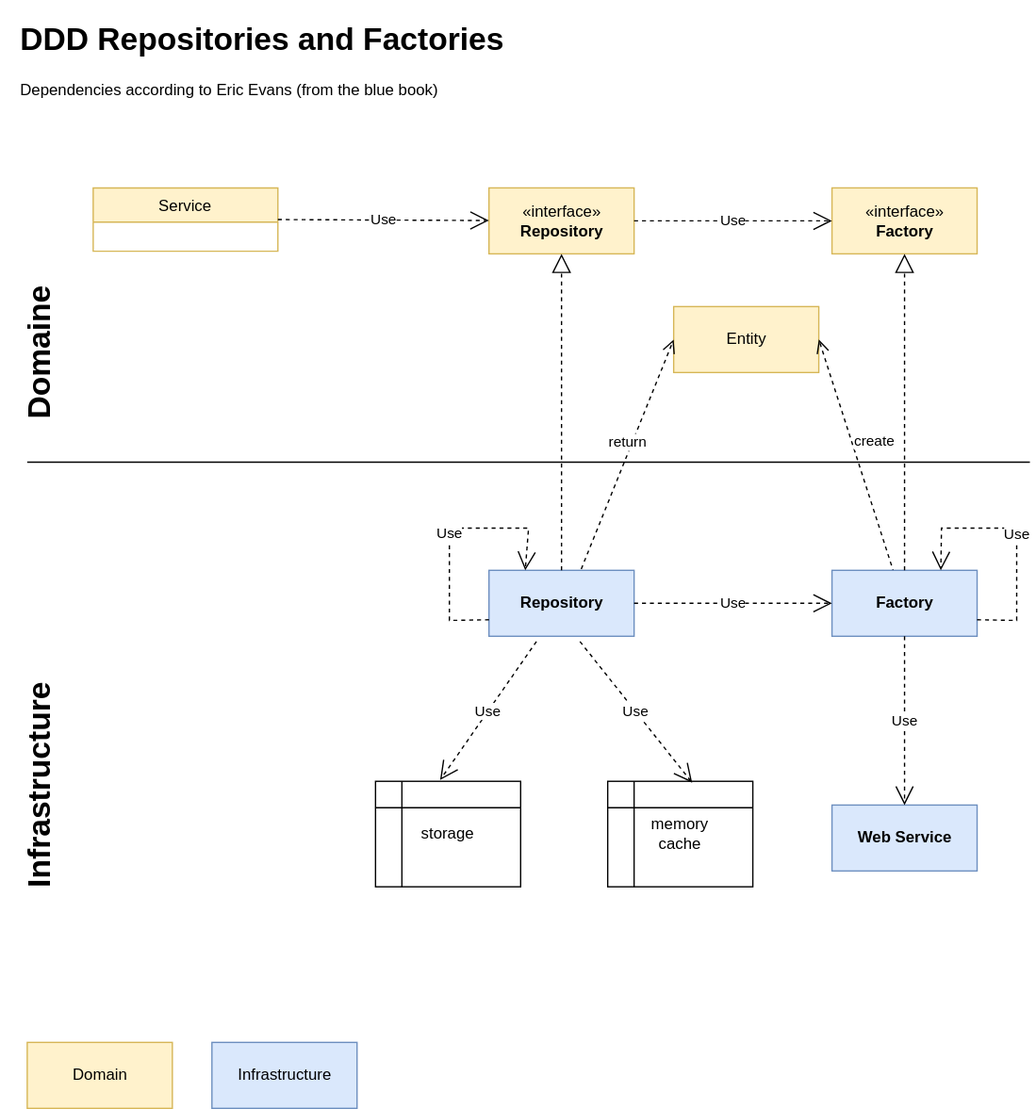
franck-gaspoz/DDD keeps this draw.io diagram as DDD overview.drawio.svg. Above is the earlier version. Source tidied: cells renumbered, new cells last; positions are measured from the earlier drawing's top-left corner, leaving out a move shared by most shapes. Its diagram source:
```xml
<mxGraphModel>
  <root>
    <mxCell id="0" />
    <mxCell id="1" parent="0" />
    <mxCell id="2" value="Service" style="swimlane;fontStyle=0;horizontal=1;startSize=26;fillColor=#fff2cc;strokeColor=#d6b656;" parent="1" vertex="1">
      <mxGeometry x="70" y="132" width="140" height="48" as="geometry" />
    </mxCell>
    <mxCell id="3" value="«interface»&lt;br&gt;&lt;b&gt;Repository&lt;/b&gt;" style="html=1;fillColor=#fff2cc;strokeColor=#d6b656;" parent="1" vertex="1">
      <mxGeometry x="370" y="132" width="110" height="50" as="geometry" />
    </mxCell>
    <mxCell id="4" value="«interface»&lt;br&gt;&lt;b&gt;Factory&lt;/b&gt;" style="html=1;fillColor=#fff2cc;strokeColor=#d6b656;" parent="1" vertex="1">
      <mxGeometry x="630" y="132" width="110" height="50" as="geometry" />
    </mxCell>
    <mxCell id="5" value="Use" style="endArrow=open;endSize=12;dashed=1;html=1;rounded=0;exitX=1;exitY=0.5;exitDx=0;exitDy=0;" parent="1" edge="1" source="2" target="3">
      <mxGeometry relative="1" as="geometry" />
    </mxCell>
    <mxCell id="6" value="Use" style="endArrow=open;endSize=12;dashed=1;html=1;rounded=0;exitX=1;exitY=0.5;exitDx=0;exitDy=0;entryX=0;entryY=0.5;entryDx=0;entryDy=0;" parent="1" edge="1" source="3" target="4">
      <mxGeometry relative="1" as="geometry" />
    </mxCell>
    <mxCell id="7" value="storage" style="shape=internalStorage;whiteSpace=wrap;html=1;backgroundOutline=1;" parent="1" vertex="1">
      <mxGeometry x="284" y="582" width="110" height="80" as="geometry" />
    </mxCell>
    <mxCell id="8" value="Use" style="endArrow=open;endSize=12;dashed=1;html=1;rounded=0;exitX=0.327;exitY=1.08;exitDx=0;exitDy=0;entryX=0.445;entryY=-0.012;entryDx=0;entryDy=0;entryPerimeter=0;exitPerimeter=0;" parent="1" edge="1" source="17" target="7">
      <mxGeometry relative="1" as="geometry" />
    </mxCell>
    <mxCell id="9" value="Entity" style="html=1;fillColor=#fff2cc;strokeColor=#d6b656;" parent="1" vertex="1">
      <mxGeometry x="510" y="222" width="110" height="50" as="geometry" />
    </mxCell>
    <mxCell id="10" value="return" style="html=1;verticalAlign=bottom;endArrow=open;dashed=1;endSize=8;rounded=0;entryX=0;entryY=0.5;entryDx=0;entryDy=0;exitX=0.636;exitY=-0.02;exitDx=0;exitDy=0;exitPerimeter=0;" parent="1" edge="1" source="17" target="9">
      <mxGeometry relative="1" as="geometry" />
    </mxCell>
    <mxCell id="11" value="create" style="html=1;verticalAlign=bottom;endArrow=open;dashed=1;endSize=8;rounded=0;entryX=1;entryY=0.5;entryDx=0;entryDy=0;exitX=0.427;exitY=0.04;exitDx=0;exitDy=0;exitPerimeter=0;" parent="1" edge="1" source="18" target="9">
      <mxGeometry x="-0.02" y="-15" relative="1" as="geometry">
        <mxPoint x="-1" as="offset" />
      </mxGeometry>
    </mxCell>
    <mxCell id="12" value="memory&lt;br&gt;cache" style="shape=internalStorage;whiteSpace=wrap;html=1;backgroundOutline=1;" parent="1" vertex="1">
      <mxGeometry x="460" y="582" width="110" height="80" as="geometry" />
    </mxCell>
    <mxCell id="13" value="Use" style="endArrow=open;endSize=12;dashed=1;html=1;rounded=0;exitX=0.627;exitY=1.08;exitDx=0;exitDy=0;entryX=0.582;entryY=0.013;entryDx=0;entryDy=0;entryPerimeter=0;exitPerimeter=0;" parent="1" edge="1" source="17" target="12">
      <mxGeometry relative="1" as="geometry" />
    </mxCell>
    <mxCell id="14" value="Domain" style="html=1;fillColor=#fff2cc;strokeColor=#d6b656;" parent="1" vertex="1">
      <mxGeometry x="20" y="780" width="110" height="50" as="geometry" />
    </mxCell>
    <mxCell id="15" value="Infrastructure" style="html=1;fillColor=#dae8fc;strokeColor=#6c8ebf;" parent="1" vertex="1">
      <mxGeometry x="160" y="780" width="110" height="50" as="geometry" />
    </mxCell>
    <mxCell id="16" value="&lt;h1&gt;DDD Repositories and Factories&lt;/h1&gt;&lt;p&gt;Dependencies according to Eric Evans (from the blue book)&lt;/p&gt;" style="text;html=1;strokeColor=none;fillColor=none;spacing=5;spacingTop=-20;whiteSpace=wrap;overflow=hidden;rounded=0;" parent="1" vertex="1">
      <mxGeometry x="10" width="390" height="120" as="geometry" />
    </mxCell>
    <mxCell id="17" value="&lt;b&gt;Repository&lt;/b&gt;" style="html=1;fillColor=#dae8fc;strokeColor=#6c8ebf;" parent="1" vertex="1">
      <mxGeometry x="370" y="422" width="110" height="50" as="geometry" />
    </mxCell>
    <mxCell id="18" value="&lt;b&gt;Factory&lt;/b&gt;" style="html=1;fillColor=#dae8fc;strokeColor=#6c8ebf;" parent="1" vertex="1">
      <mxGeometry x="630" y="422" width="110" height="50" as="geometry" />
    </mxCell>
    <mxCell id="19" style="endArrow=block;dashed=1;endFill=0;endSize=12;html=1;rounded=0;exitX=0.5;exitY=0;exitDx=0;exitDy=0;entryX=0.5;entryY=1;entryDx=0;entryDy=0;" parent="1" edge="1" source="17" target="3">
      <mxGeometry relative="1" as="geometry" />
    </mxCell>
    <mxCell id="20" style="endArrow=block;dashed=1;endFill=0;endSize=12;html=1;rounded=0;exitX=0.5;exitY=0;exitDx=0;exitDy=0;entryX=0.5;entryY=1;entryDx=0;entryDy=0;" parent="1" edge="1" source="18" target="4">
      <mxGeometry relative="1" as="geometry" />
    </mxCell>
    <mxCell id="21" value="Use" style="endArrow=open;endSize=12;dashed=1;html=1;rounded=0;exitX=1;exitY=0.5;exitDx=0;exitDy=0;entryX=0;entryY=0.5;entryDx=0;entryDy=0;" parent="1" edge="1" source="17" target="18">
      <mxGeometry relative="1" as="geometry" />
    </mxCell>
    <mxCell id="22" style="endArrow=none;html=1;rounded=0;" parent="1" edge="1">
      <mxGeometry relative="1" as="geometry">
        <mxPoint x="20" y="340" as="sourcePoint" />
        <mxPoint x="780" y="340" as="targetPoint" />
      </mxGeometry>
    </mxCell>
    <mxCell id="23" value="&lt;b&gt;Web Service&lt;/b&gt;" style="html=1;fillColor=#dae8fc;strokeColor=#6c8ebf;" parent="1" vertex="1">
      <mxGeometry x="630" y="600" width="110" height="50" as="geometry" />
    </mxCell>
    <mxCell id="24" value="Use" style="endArrow=open;endSize=12;dashed=1;html=1;rounded=0;exitX=0.5;exitY=1;exitDx=0;exitDy=0;" parent="1" edge="1" source="18" target="23">
      <mxGeometry relative="1" as="geometry" />
    </mxCell>
    <mxCell id="25" value="Use" style="endArrow=open;endSize=12;dashed=1;html=1;rounded=0;entryX=0.25;entryY=0;entryDx=0;entryDy=0;exitX=0;exitY=0.75;exitDx=0;exitDy=0;" parent="1" edge="1" source="17" target="17">
      <mxGeometry relative="1" as="geometry">
        <Array as="points">
          <mxPoint x="340" y="460" />
          <mxPoint x="340" y="390" />
          <mxPoint x="400" y="390" />
        </Array>
      </mxGeometry>
    </mxCell>
    <mxCell id="26" value="Use" style="endArrow=open;endSize=12;dashed=1;html=1;rounded=0;entryX=0.75;entryY=0;entryDx=0;entryDy=0;exitX=1;exitY=0.75;exitDx=0;exitDy=0;" parent="1" edge="1" source="18" target="18">
      <mxGeometry relative="1" as="geometry">
        <Array as="points">
          <mxPoint x="770" y="460" />
          <mxPoint x="770" y="390" />
          <mxPoint x="713" y="390" />
        </Array>
      </mxGeometry>
    </mxCell>
    <mxCell id="27" value="&lt;h1&gt;Domaine&lt;/h1&gt;" style="text;html=1;strokeColor=none;fillColor=none;align=center;verticalAlign=middle;whiteSpace=wrap;rounded=0;rotation=-90;" parent="1" vertex="1">
      <mxGeometry y="242" width="60" height="30" as="geometry" />
    </mxCell>
    <mxCell id="28" value="&lt;h1&gt;Infrastructure&lt;/h1&gt;" style="text;html=1;strokeColor=none;fillColor=none;align=center;verticalAlign=middle;whiteSpace=wrap;rounded=0;rotation=-90;" parent="1" vertex="1">
      <mxGeometry y="570" width="60" height="30" as="geometry" />
    </mxCell>
  </root>
</mxGraphModel>
```
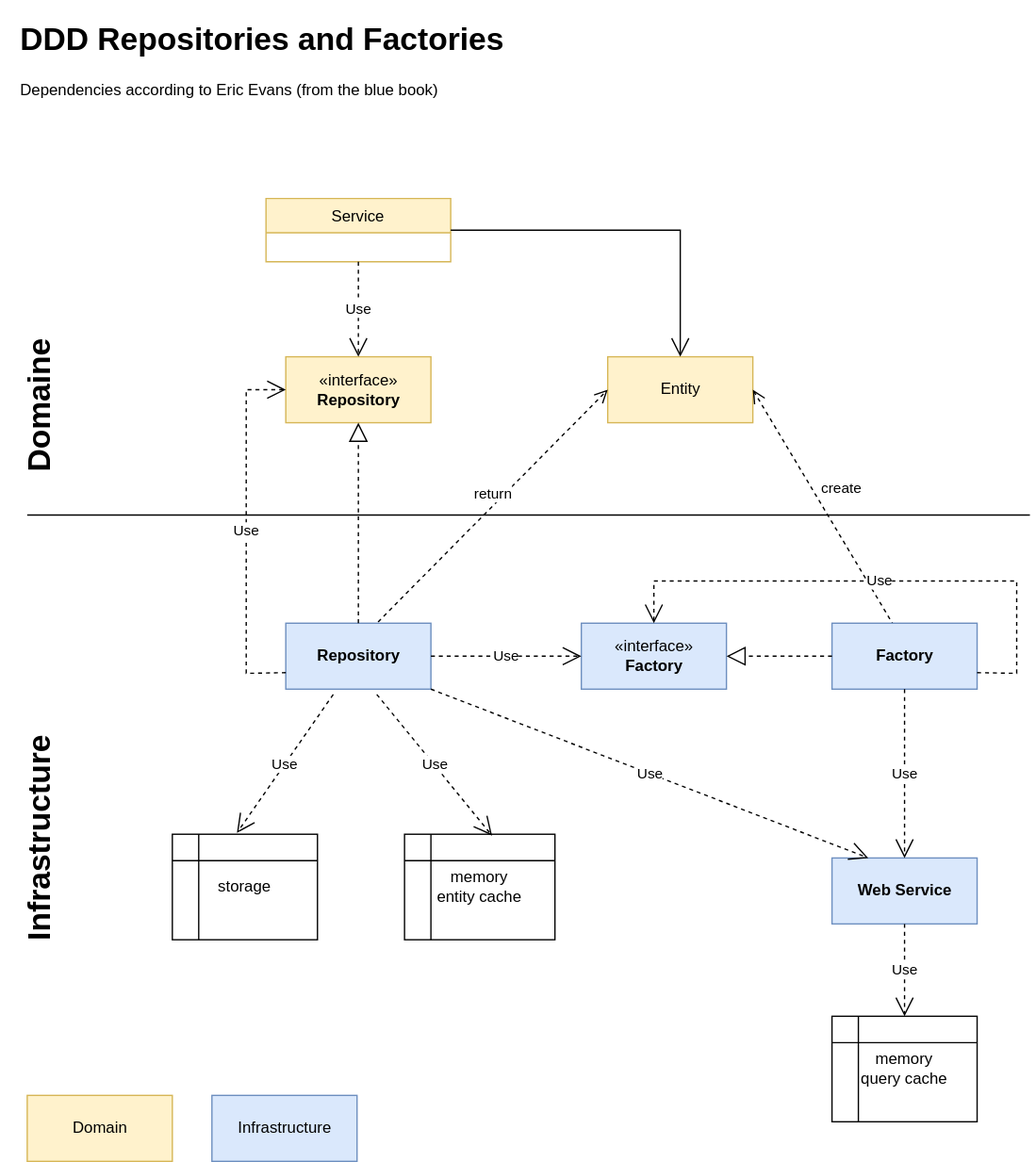
The same file after the commit.

Change to the diagram source:
```diff
@@ -3,28 +3,25 @@
     <mxCell id="0" />
     <mxCell id="1" parent="0" />
     <mxCell id="2" value="Service" style="swimlane;fontStyle=0;horizontal=1;startSize=26;fillColor=#fff2cc;strokeColor=#d6b656;" parent="1" vertex="1">
-      <mxGeometry x="70" y="132" width="140" height="48" as="geometry" />
+      <mxGeometry x="201" y="140" width="140" height="48" as="geometry" />
     </mxCell>
     <mxCell id="3" value="«interface»&lt;br&gt;&lt;b&gt;Repository&lt;/b&gt;" style="html=1;fillColor=#fff2cc;strokeColor=#d6b656;" parent="1" vertex="1">
-      <mxGeometry x="370" y="132" width="110" height="50" as="geometry" />
+      <mxGeometry x="216" y="260" width="110" height="50" as="geometry" />
     </mxCell>
-    <mxCell id="4" value="«interface»&lt;br&gt;&lt;b&gt;Factory&lt;/b&gt;" style="html=1;fillColor=#fff2cc;strokeColor=#d6b656;" parent="1" vertex="1">
-      <mxGeometry x="630" y="132" width="110" height="50" as="geometry" />
+    <mxCell id="4" value="«interface»&lt;br&gt;&lt;b&gt;Factory&lt;/b&gt;" style="html=1;fillColor=#dae8fc;strokeColor=#6c8ebf;" parent="1" vertex="1">
+      <mxGeometry x="440" y="462" width="110" height="50" as="geometry" />
     </mxCell>
-    <mxCell id="5" value="Use" style="endArrow=open;endSize=12;dashed=1;html=1;rounded=0;exitX=1;exitY=0.5;exitDx=0;exitDy=0;" parent="1" edge="1" source="2" target="3">
+    <mxCell id="5" value="Use" style="endArrow=open;endSize=12;dashed=1;html=1;rounded=0;exitX=0.5;exitY=1;exitDx=0;exitDy=0;" parent="1" edge="1" source="2" target="3">
       <mxGeometry relative="1" as="geometry" />
     </mxCell>
-    <mxCell id="6" value="Use" style="endArrow=open;endSize=12;dashed=1;html=1;rounded=0;exitX=1;exitY=0.5;exitDx=0;exitDy=0;entryX=0;entryY=0.5;entryDx=0;entryDy=0;" parent="1" edge="1" source="3" target="4">
-      <mxGeometry relative="1" as="geometry" />
-    </mxCell>
     <mxCell id="7" value="storage" style="shape=internalStorage;whiteSpace=wrap;html=1;backgroundOutline=1;" parent="1" vertex="1">
-      <mxGeometry x="284" y="582" width="110" height="80" as="geometry" />
+      <mxGeometry x="130" y="622" width="110" height="80" as="geometry" />
     </mxCell>
     <mxCell id="8" value="Use" style="endArrow=open;endSize=12;dashed=1;html=1;rounded=0;exitX=0.327;exitY=1.08;exitDx=0;exitDy=0;entryX=0.445;entryY=-0.012;entryDx=0;entryDy=0;entryPerimeter=0;exitPerimeter=0;" parent="1" edge="1" source="17" target="7">
       <mxGeometry relative="1" as="geometry" />
     </mxCell>
     <mxCell id="9" value="Entity" style="html=1;fillColor=#fff2cc;strokeColor=#d6b656;" parent="1" vertex="1">
-      <mxGeometry x="510" y="222" width="110" height="50" as="geometry" />
+      <mxGeometry x="460" y="260" width="110" height="50" as="geometry" />
     </mxCell>
     <mxCell id="10" value="return" style="html=1;verticalAlign=bottom;endArrow=open;dashed=1;endSize=8;rounded=0;entryX=0;entryY=0.5;entryDx=0;entryDy=0;exitX=0.636;exitY=-0.02;exitDx=0;exitDy=0;exitPerimeter=0;" parent="1" edge="1" source="17" target="9">
       <mxGeometry relative="1" as="geometry" />
@@ -34,71 +31,88 @@
         <mxPoint x="-1" as="offset" />
       </mxGeometry>
     </mxCell>
-    <mxCell id="12" value="memory&lt;br&gt;cache" style="shape=internalStorage;whiteSpace=wrap;html=1;backgroundOutline=1;" parent="1" vertex="1">
-      <mxGeometry x="460" y="582" width="110" height="80" as="geometry" />
+    <mxCell id="12" value="memory&lt;br&gt;entity cache" style="shape=internalStorage;whiteSpace=wrap;html=1;backgroundOutline=1;align=center;" parent="1" vertex="1">
+      <mxGeometry x="306" y="622" width="114" height="80" as="geometry" />
     </mxCell>
     <mxCell id="13" value="Use" style="endArrow=open;endSize=12;dashed=1;html=1;rounded=0;exitX=0.627;exitY=1.08;exitDx=0;exitDy=0;entryX=0.582;entryY=0.013;entryDx=0;entryDy=0;entryPerimeter=0;exitPerimeter=0;" parent="1" edge="1" source="17" target="12">
       <mxGeometry relative="1" as="geometry" />
     </mxCell>
     <mxCell id="14" value="Domain" style="html=1;fillColor=#fff2cc;strokeColor=#d6b656;" parent="1" vertex="1">
-      <mxGeometry x="20" y="780" width="110" height="50" as="geometry" />
+      <mxGeometry x="20" y="820" width="110" height="50" as="geometry" />
     </mxCell>
     <mxCell id="15" value="Infrastructure" style="html=1;fillColor=#dae8fc;strokeColor=#6c8ebf;" parent="1" vertex="1">
-      <mxGeometry x="160" y="780" width="110" height="50" as="geometry" />
+      <mxGeometry x="160" y="820" width="110" height="50" as="geometry" />
     </mxCell>
     <mxCell id="16" value="&lt;h1&gt;DDD Repositories and Factories&lt;/h1&gt;&lt;p&gt;Dependencies according to Eric Evans (from the blue book)&lt;/p&gt;" style="text;html=1;strokeColor=none;fillColor=none;spacing=5;spacingTop=-20;whiteSpace=wrap;overflow=hidden;rounded=0;" parent="1" vertex="1">
-      <mxGeometry x="10" width="390" height="120" as="geometry" />
+      <mxGeometry x="10" width="390" height="80" as="geometry" />
     </mxCell>
     <mxCell id="17" value="&lt;b&gt;Repository&lt;/b&gt;" style="html=1;fillColor=#dae8fc;strokeColor=#6c8ebf;" parent="1" vertex="1">
-      <mxGeometry x="370" y="422" width="110" height="50" as="geometry" />
+      <mxGeometry x="216" y="462" width="110" height="50" as="geometry" />
     </mxCell>
     <mxCell id="18" value="&lt;b&gt;Factory&lt;/b&gt;" style="html=1;fillColor=#dae8fc;strokeColor=#6c8ebf;" parent="1" vertex="1">
-      <mxGeometry x="630" y="422" width="110" height="50" as="geometry" />
+      <mxGeometry x="630" y="462" width="110" height="50" as="geometry" />
     </mxCell>
     <mxCell id="19" style="endArrow=block;dashed=1;endFill=0;endSize=12;html=1;rounded=0;exitX=0.5;exitY=0;exitDx=0;exitDy=0;entryX=0.5;entryY=1;entryDx=0;entryDy=0;" parent="1" edge="1" source="17" target="3">
       <mxGeometry relative="1" as="geometry" />
     </mxCell>
-    <mxCell id="20" style="endArrow=block;dashed=1;endFill=0;endSize=12;html=1;rounded=0;exitX=0.5;exitY=0;exitDx=0;exitDy=0;entryX=0.5;entryY=1;entryDx=0;entryDy=0;" parent="1" edge="1" source="18" target="4">
+    <mxCell id="20" style="endArrow=block;dashed=1;endFill=0;endSize=12;html=1;rounded=0;exitX=0;exitY=0.5;exitDx=0;exitDy=0;entryX=1;entryY=0.5;entryDx=0;entryDy=0;" parent="1" edge="1" source="18" target="4">
       <mxGeometry relative="1" as="geometry" />
     </mxCell>
-    <mxCell id="21" value="Use" style="endArrow=open;endSize=12;dashed=1;html=1;rounded=0;exitX=1;exitY=0.5;exitDx=0;exitDy=0;entryX=0;entryY=0.5;entryDx=0;entryDy=0;" parent="1" edge="1" source="17" target="18">
-      <mxGeometry relative="1" as="geometry" />
+    <mxCell id="21" value="Use" style="endArrow=open;endSize=12;dashed=1;html=1;rounded=0;exitX=1;exitY=0.5;exitDx=0;exitDy=0;" parent="1" edge="1" source="17">
+      <mxGeometry relative="1" as="geometry">
+        <mxPoint x="440" y="487" as="targetPoint" />
+      </mxGeometry>
     </mxCell>
     <mxCell id="22" style="endArrow=none;html=1;rounded=0;" parent="1" edge="1">
       <mxGeometry relative="1" as="geometry">
-        <mxPoint x="20" y="340" as="sourcePoint" />
-        <mxPoint x="780" y="340" as="targetPoint" />
+        <mxPoint x="20" y="380" as="sourcePoint" />
+        <mxPoint x="780" y="380" as="targetPoint" />
       </mxGeometry>
     </mxCell>
     <mxCell id="23" value="&lt;b&gt;Web Service&lt;/b&gt;" style="html=1;fillColor=#dae8fc;strokeColor=#6c8ebf;" parent="1" vertex="1">
-      <mxGeometry x="630" y="600" width="110" height="50" as="geometry" />
+      <mxGeometry x="630" y="640" width="110" height="50" as="geometry" />
     </mxCell>
     <mxCell id="24" value="Use" style="endArrow=open;endSize=12;dashed=1;html=1;rounded=0;exitX=0.5;exitY=1;exitDx=0;exitDy=0;" parent="1" edge="1" source="18" target="23">
       <mxGeometry relative="1" as="geometry" />
     </mxCell>
-    <mxCell id="25" value="Use" style="endArrow=open;endSize=12;dashed=1;html=1;rounded=0;entryX=0.25;entryY=0;entryDx=0;entryDy=0;exitX=0;exitY=0.75;exitDx=0;exitDy=0;" parent="1" edge="1" source="17" target="17">
+    <mxCell id="25" value="Use" style="endArrow=open;endSize=12;dashed=1;html=1;rounded=0;entryX=0;entryY=0.5;entryDx=0;entryDy=0;exitX=0;exitY=0.75;exitDx=0;exitDy=0;" parent="1" edge="1" source="17" target="3">
       <mxGeometry relative="1" as="geometry">
         <Array as="points">
-          <mxPoint x="340" y="460" />
-          <mxPoint x="340" y="390" />
-          <mxPoint x="400" y="390" />
+          <mxPoint x="186" y="500" />
+          <mxPoint x="186" y="285" />
         </Array>
       </mxGeometry>
     </mxCell>
-    <mxCell id="26" value="Use" style="endArrow=open;endSize=12;dashed=1;html=1;rounded=0;entryX=0.75;entryY=0;entryDx=0;entryDy=0;exitX=1;exitY=0.75;exitDx=0;exitDy=0;" parent="1" edge="1" source="18" target="18">
+    <mxCell id="26" value="Use" style="endArrow=open;endSize=12;dashed=1;html=1;rounded=0;entryX=0.5;entryY=0;entryDx=0;entryDy=0;exitX=1;exitY=0.75;exitDx=0;exitDy=0;" parent="1" edge="1" source="18" target="4">
       <mxGeometry relative="1" as="geometry">
         <Array as="points">
-          <mxPoint x="770" y="460" />
-          <mxPoint x="770" y="390" />
-          <mxPoint x="713" y="390" />
+          <mxPoint x="770" y="500" />
+          <mxPoint x="770" y="430" />
+          <mxPoint x="495" y="430" />
         </Array>
       </mxGeometry>
     </mxCell>
     <mxCell id="27" value="&lt;h1&gt;Domaine&lt;/h1&gt;" style="text;html=1;strokeColor=none;fillColor=none;align=center;verticalAlign=middle;whiteSpace=wrap;rounded=0;rotation=-90;" parent="1" vertex="1">
-      <mxGeometry y="242" width="60" height="30" as="geometry" />
+      <mxGeometry y="282" width="60" height="30" as="geometry" />
     </mxCell>
     <mxCell id="28" value="&lt;h1&gt;Infrastructure&lt;/h1&gt;" style="text;html=1;strokeColor=none;fillColor=none;align=center;verticalAlign=middle;whiteSpace=wrap;rounded=0;rotation=-90;" parent="1" vertex="1">
-      <mxGeometry y="570" width="60" height="30" as="geometry" />
+      <mxGeometry y="610" width="60" height="30" as="geometry" />
     </mxCell>
+    <mxCell id="29" style="endArrow=open;endFill=1;endSize=12;html=1;rounded=0;exitX=1;exitY=0.5;exitDx=0;exitDy=0;entryX=0.5;entryY=0;entryDx=0;entryDy=0;" parent="1" edge="1" source="2" target="9">
+      <mxGeometry relative="1" as="geometry">
+        <Array as="points">
+          <mxPoint x="515" y="164" />
+        </Array>
+      </mxGeometry>
+    </mxCell>
+    <mxCell id="30" value="Use" style="endArrow=open;endSize=12;dashed=1;html=1;rounded=0;exitX=1;exitY=1;exitDx=0;exitDy=0;entryX=0.25;entryY=0;entryDx=0;entryDy=0;" parent="1" edge="1" source="17" target="23">
+      <mxGeometry relative="1" as="geometry" />
+    </mxCell>
+    <mxCell id="31" value="memory&lt;br&gt;query cache" style="shape=internalStorage;whiteSpace=wrap;html=1;backgroundOutline=1;" parent="1" vertex="1">
+      <mxGeometry x="630" y="760" width="110" height="80" as="geometry" />
+    </mxCell>
+    <mxCell id="32" value="Use" style="endArrow=open;endSize=12;dashed=1;html=1;rounded=0;exitX=0.5;exitY=1;exitDx=0;exitDy=0;entryX=0.5;entryY=0;entryDx=0;entryDy=0;" parent="1" edge="1" source="23" target="31">
+      <mxGeometry relative="1" as="geometry" />
+    </mxCell>
   </root>
 </mxGraphModel>
```
